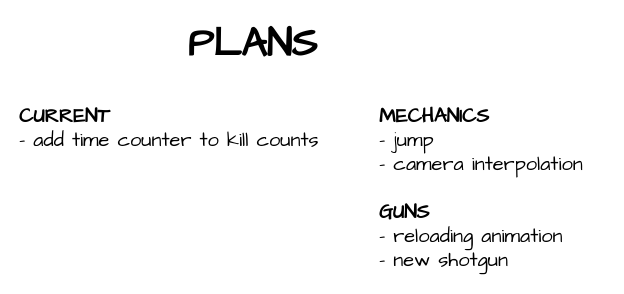
Before: plans.drawio in HasChad/bevy-shooting-range, a draw.io diagram. Source tidied: cells renumbered, new cells numbered last; positions are measured from the earlier drawing's top-left corner, leaving out a move shared by most shapes. Both pictures are drawn from the tidied source at 100%, with x=0, y=0 at pixel (17, 17).
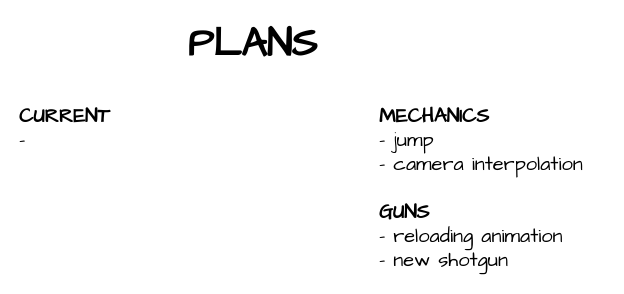
Above is the later version.

The edit, as a diff of the source:
```diff
@@
 <mxGraphModel>
   <root>
     <mxCell id="0" />
     <mxCell id="1" parent="0" />
     <mxCell id="2" value="&lt;b&gt;MECHANICS&lt;/b&gt;&lt;br&gt;- jump&lt;br&gt;- camera interpolation&lt;br&gt;&lt;br&gt;&lt;b&gt;GUNS&lt;br&gt;&lt;/b&gt;- reloading animation&lt;br&gt;- new shotgun" style="text;html=1;align=left;verticalAlign=middle;strokeColor=none;fillColor=none;fontSize=20;fontFamily=Architects Daughter;sketch=1;hachureGap=4;jiggle=2;curveFitting=1;" parent="1" vertex="1">
       <mxGeometry x="360" y="80" width="230" height="180" as="geometry" />
     </mxCell>
-    <mxCell id="3" value="&lt;b&gt;CURRENT&lt;/b&gt;&lt;br&gt;- add time counter to kill counts" style="text;html=1;align=left;verticalAlign=middle;strokeColor=none;fillColor=none;fontSize=20;fontFamily=Architects Daughter;sketch=1;hachureGap=4;jiggle=2;curveFitting=1;" parent="1" vertex="1">
-      <mxGeometry y="80" width="320" height="60" as="geometry" />
+    <mxCell id="3" value="&lt;b&gt;CURRENT&lt;/b&gt;&lt;br&gt;-&amp;nbsp;" style="text;html=1;align=left;verticalAlign=middle;strokeColor=none;fillColor=none;fontSize=20;fontFamily=Architects Daughter;sketch=1;hachureGap=4;jiggle=2;curveFitting=1;" parent="1" vertex="1">
+      <mxGeometry y="80" width="110" height="60" as="geometry" />
     </mxCell>
     <mxCell id="4" value="&lt;p style=&quot;line-height: 0%;&quot;&gt;&lt;b style=&quot;&quot;&gt;&lt;font style=&quot;font-size: 40px;&quot;&gt;PLANS&lt;/font&gt;&lt;/b&gt;&lt;/p&gt;" style="text;html=1;align=center;verticalAlign=middle;strokeColor=none;fillColor=none;fontSize=20;fontFamily=Architects Daughter;sketch=1;hachureGap=4;jiggle=2;curveFitting=1;" parent="1" vertex="1">
       <mxGeometry x="160" width="150" height="60" as="geometry" />
     </mxCell>
   </root>
 </mxGraphModel>
```
